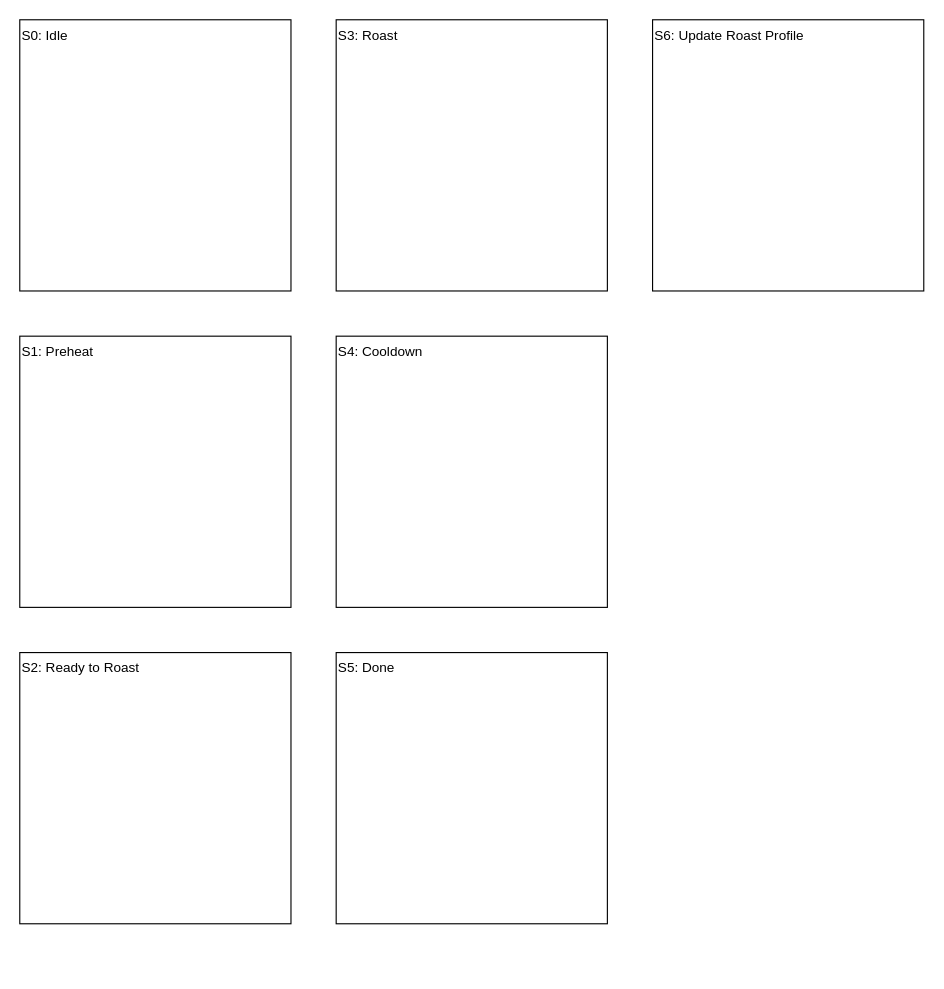
Earlier version of the draw.io diagram page "State Descriptions" (3 of 4) of avr_coffee_roaster/docs/coffee_roaster_block_diagram.drawio (frangoose/my_avr_projects). Source tidied: cells renumbered, new cells numbered last; positions are measured from the earlier drawing's top-left corner, leaving out a move shared by most shapes. Both pictures are drawn from the tidied source at 113%, with x=0, y=0 at pixel (19, 19).
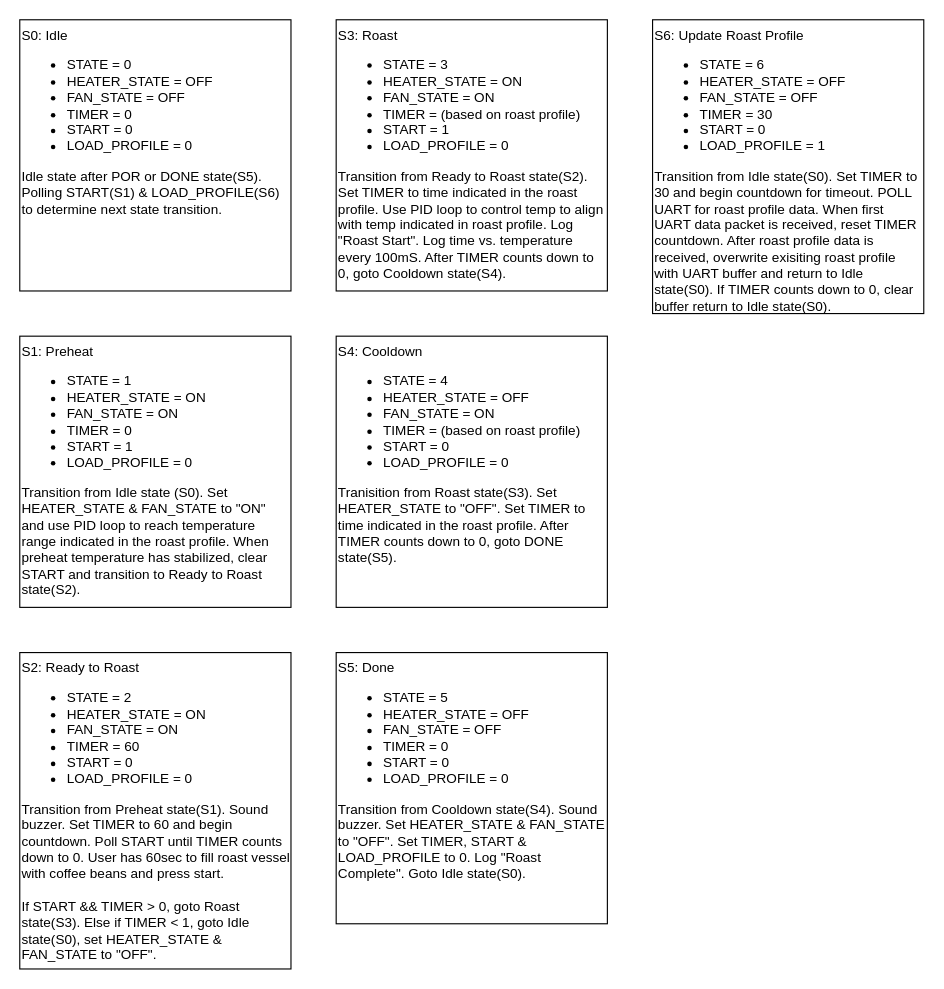
Above is the later version.

Commit message (it also covers changes not shown here):
Updated avr_coffee_roaster block digrams with state descriptions

Diff of the diagram source:
```diff
@@
 <mxGraphModel>
   <root>
     <mxCell id="0" />
     <mxCell id="1" parent="0" />
-    <mxCell id="2" value="S0: Idle&lt;br&gt;" style="rounded=0;whiteSpace=wrap;html=1;align=left;verticalAlign=top;" parent="1" vertex="1">
+    <mxCell id="2" value="S0: Idle&lt;br&gt;&lt;ul&gt;&lt;li&gt;STATE = 0&lt;/li&gt;&lt;li&gt;HEATER_STATE = OFF&lt;/li&gt;&lt;li&gt;FAN_STATE = OFF&lt;/li&gt;&lt;li&gt;TIMER = 0&lt;/li&gt;&lt;li&gt;START = 0&lt;/li&gt;&lt;li&gt;LOAD_PROFILE = 0&lt;/li&gt;&lt;/ul&gt;&lt;div&gt;Idle state after POR or DONE state(S5). Polling START(S1) &amp;amp; LOAD_PROFILE(S6) to determine next state transition.&lt;/div&gt;" style="rounded=0;whiteSpace=wrap;html=1;align=left;verticalAlign=top;" parent="1" vertex="1">
       <mxGeometry width="240" height="240" as="geometry" />
     </mxCell>
-    <mxCell id="3" value="S3: Roast" style="rounded=0;whiteSpace=wrap;html=1;verticalAlign=top;align=left;" parent="1" vertex="1">
+    <mxCell id="3" value="S3: Roast&lt;br&gt;&lt;ul&gt;&lt;li&gt;STATE = 3&lt;/li&gt;&lt;li&gt;HEATER_STATE = ON&lt;/li&gt;&lt;li&gt;FAN_STATE = ON&lt;/li&gt;&lt;li&gt;TIMER = (based on roast profile)&lt;/li&gt;&lt;li&gt;START = 1&lt;/li&gt;&lt;li&gt;LOAD_PROFILE = 0&lt;/li&gt;&lt;/ul&gt;&lt;div&gt;Transition from Ready to Roast state(S2). Set TIMER to time indicated in the roast profile. Use PID loop to control temp to align with temp indicated in roast profile. Log &quot;Roast Start&quot;. Log time vs. temperature every 100mS. After TIMER counts down to 0, goto Cooldown state(S4).&lt;/div&gt;" style="rounded=0;whiteSpace=wrap;html=1;verticalAlign=top;align=left;" parent="1" vertex="1">
       <mxGeometry x="280" width="240" height="240" as="geometry" />
     </mxCell>
-    <mxCell id="4" value="S1: Preheat" style="rounded=0;whiteSpace=wrap;html=1;verticalAlign=top;align=left;" parent="1" vertex="1">
+    <mxCell id="4" value="S1: Preheat&lt;br&gt;&lt;ul&gt;&lt;li&gt;STATE = 1&lt;/li&gt;&lt;li&gt;HEATER_STATE = ON&lt;/li&gt;&lt;li&gt;FAN_STATE = ON&lt;/li&gt;&lt;li&gt;TIMER = 0&lt;/li&gt;&lt;li&gt;START = 1&lt;/li&gt;&lt;li&gt;LOAD_PROFILE = 0&lt;/li&gt;&lt;/ul&gt;&lt;div&gt;Transition from Idle state (S0). Set HEATER_STATE &amp;amp; FAN_STATE to &quot;ON&quot; and use PID loop to reach temperature range indicated in the roast profile. When preheat temperature has stabilized, clear START and transition to Ready to Roast state(S2).&lt;/div&gt;" style="rounded=0;whiteSpace=wrap;html=1;verticalAlign=top;align=left;" parent="1" vertex="1">
       <mxGeometry y="280" width="240" height="240" as="geometry" />
     </mxCell>
-    <mxCell id="5" value="S2: Ready to Roast" style="rounded=0;whiteSpace=wrap;html=1;verticalAlign=top;align=left;" parent="1" vertex="1">
-      <mxGeometry y="560" width="240" height="240" as="geometry" />
+    <mxCell id="5" value="S2: Ready to Roast&lt;br&gt;&lt;ul&gt;&lt;li&gt;&lt;span&gt;STATE = 2&lt;/span&gt;&lt;br&gt;&lt;/li&gt;&lt;li&gt;HEATER_STATE = ON&lt;/li&gt;&lt;li&gt;FAN_STATE = ON&lt;/li&gt;&lt;li&gt;TIMER = 60&lt;/li&gt;&lt;li&gt;START = 0&lt;/li&gt;&lt;li&gt;LOAD_PROFILE = 0&lt;/li&gt;&lt;/ul&gt;&lt;div&gt;Transition from Preheat state(S1). Sound buzzer. Set TIMER to 60 and begin countdown. Poll START until TIMER counts down to 0. User has 60sec to fill roast vessel with coffee beans and press start.&lt;/div&gt;&lt;div&gt;&lt;br&gt;&lt;/div&gt;&lt;div&gt;If START &amp;amp;&amp;amp; TIMER &amp;gt; 0, goto Roast state(S3). Else if TIMER &amp;lt; 1, goto Idle state(S0), set HEATER_STATE &amp;amp; FAN_STATE to &quot;OFF&quot;.&lt;/div&gt;" style="rounded=0;whiteSpace=wrap;html=1;verticalAlign=top;align=left;" parent="1" vertex="1">
+      <mxGeometry y="560" width="240" height="280" as="geometry" />
     </mxCell>
-    <mxCell id="6" value="S4: Cooldown" style="rounded=0;whiteSpace=wrap;html=1;verticalAlign=top;align=left;" parent="1" vertex="1">
+    <mxCell id="6" value="S4: Cooldown&lt;br&gt;&lt;ul&gt;&lt;li&gt;STATE = 4&lt;/li&gt;&lt;li&gt;HEATER_STATE = OFF&lt;/li&gt;&lt;li&gt;FAN_STATE = ON&lt;/li&gt;&lt;li&gt;TIMER = (based on roast profile)&lt;/li&gt;&lt;li&gt;START = 0&lt;/li&gt;&lt;li&gt;LOAD_PROFILE = 0&lt;/li&gt;&lt;/ul&gt;&lt;div&gt;Tranisition from Roast state(S3). Set HEATER_STATE to &quot;OFF&quot;. Set TIMER to time indicated in the roast profile. After TIMER counts down to 0, goto DONE state(S5).&lt;/div&gt;" style="rounded=0;whiteSpace=wrap;html=1;verticalAlign=top;align=left;" parent="1" vertex="1">
       <mxGeometry x="280" y="280" width="240" height="240" as="geometry" />
     </mxCell>
-    <mxCell id="7" value="S5: Done" style="rounded=0;whiteSpace=wrap;html=1;verticalAlign=top;align=left;" parent="1" vertex="1">
+    <mxCell id="7" value="S5: Done&lt;br&gt;&lt;ul&gt;&lt;li&gt;STATE = 5&lt;/li&gt;&lt;li&gt;HEATER_STATE = OFF&lt;/li&gt;&lt;li&gt;FAN_STATE = OFF&lt;/li&gt;&lt;li&gt;TIMER = 0&lt;/li&gt;&lt;li&gt;START = 0&lt;/li&gt;&lt;li&gt;LOAD_PROFILE = 0&lt;/li&gt;&lt;/ul&gt;&lt;div&gt;Transition from Cooldown state(S4). Sound buzzer. Set HEATER_STATE &amp;amp; FAN_STATE to &quot;OFF&quot;. Set TIMER, START &amp;amp; LOAD_PROFILE to 0. Log &quot;Roast Complete&quot;. Goto Idle state(S0).&lt;/div&gt;" style="rounded=0;whiteSpace=wrap;html=1;verticalAlign=top;align=left;" parent="1" vertex="1">
       <mxGeometry x="280" y="560" width="240" height="240" as="geometry" />
     </mxCell>
-    <mxCell id="8" value="S6: Update Roast Profile" style="rounded=0;whiteSpace=wrap;html=1;verticalAlign=top;align=left;" parent="1" vertex="1">
-      <mxGeometry x="560" width="240" height="240" as="geometry" />
+    <mxCell id="8" value="S6: Update Roast Profile&lt;br&gt;&lt;ul&gt;&lt;li&gt;STATE = 6&lt;/li&gt;&lt;li&gt;HEATER_STATE = OFF&lt;/li&gt;&lt;li&gt;FAN_STATE = OFF&lt;/li&gt;&lt;li&gt;TIMER = 30&lt;/li&gt;&lt;li&gt;START = 0&lt;/li&gt;&lt;li&gt;LOAD_PROFILE = 1&lt;/li&gt;&lt;/ul&gt;&lt;div&gt;Transition from Idle state(S0). Set TIMER to 30 and begin countdown for timeout. POLL UART for roast profile data. When first UART data packet is received, reset TIMER countdown. After roast profile data is received, overwrite exisiting roast profile with UART buffer and return to Idle state(S0). If TIMER counts down to 0, clear buffer return to Idle state(S0).&lt;/div&gt;" style="rounded=0;whiteSpace=wrap;html=1;verticalAlign=top;align=left;" parent="1" vertex="1">
+      <mxGeometry x="560" width="240" height="260" as="geometry" />
     </mxCell>
   </root>
 </mxGraphModel>
```
